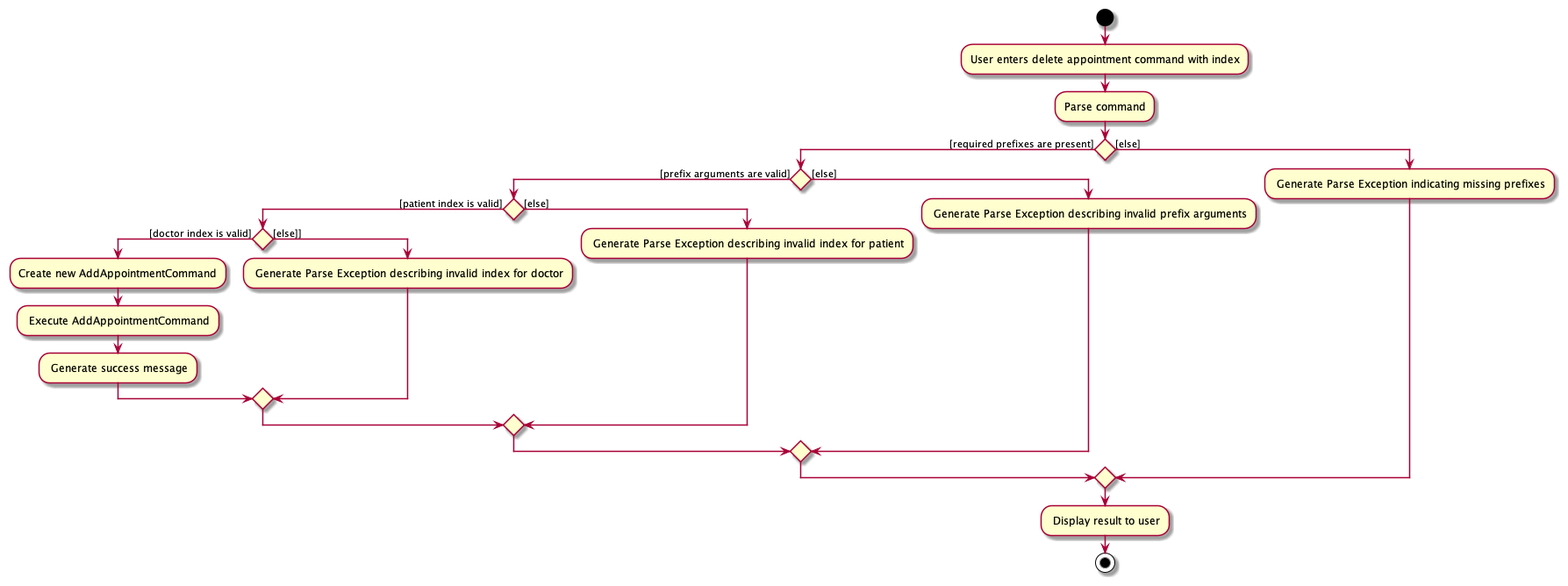
This is docs/images/AddAppointmentActivityDiagram.png from nus-cs2103-AY2122S1/tp, a PlantUML export, as it was before one commit.
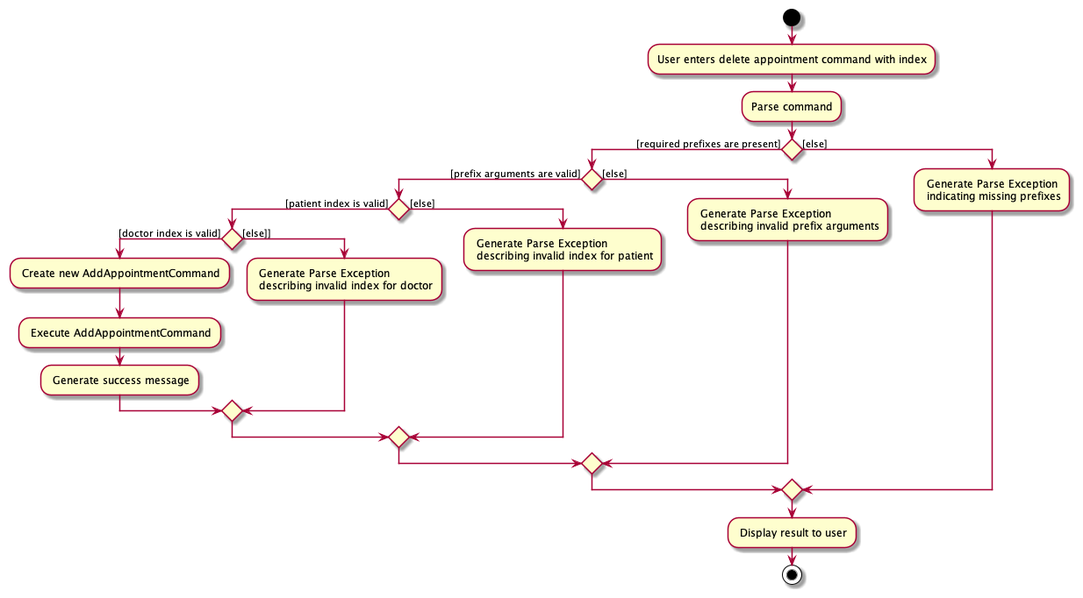
Later version of the same file.

Commit message:
improve diagram

Diff of the diagram source:
```diff
@@ -7,20 +7,20 @@
   if () then ([prefix arguments are valid])
       if () then ([patient index is valid])
          if () then ([doctor index is valid])
-            :Create new AddAppointmentCommand;
+            : Create new AddAppointmentCommand;
             : Execute AddAppointmentCommand;
             : Generate success message;
          else ([else]])
-         : Generate Parse Exception describing invalid index for doctor;
+         : Generate Parse Exception\n describing invalid index for doctor;
          endif
       else ([else])
-      : Generate Parse Exception describing invalid index for patient;
+      : Generate Parse Exception\n describing invalid index for patient;
       endif
   else ([else])
-  : Generate Parse Exception describing invalid prefix arguments;
+  : Generate Parse Exception\n describing invalid prefix arguments;
   endif
 else ([else])
-: Generate Parse Exception indicating missing prefixes;
+: Generate Parse Exception\n indicating missing prefixes;
 endif
 : Display result to user;
 stop
```
